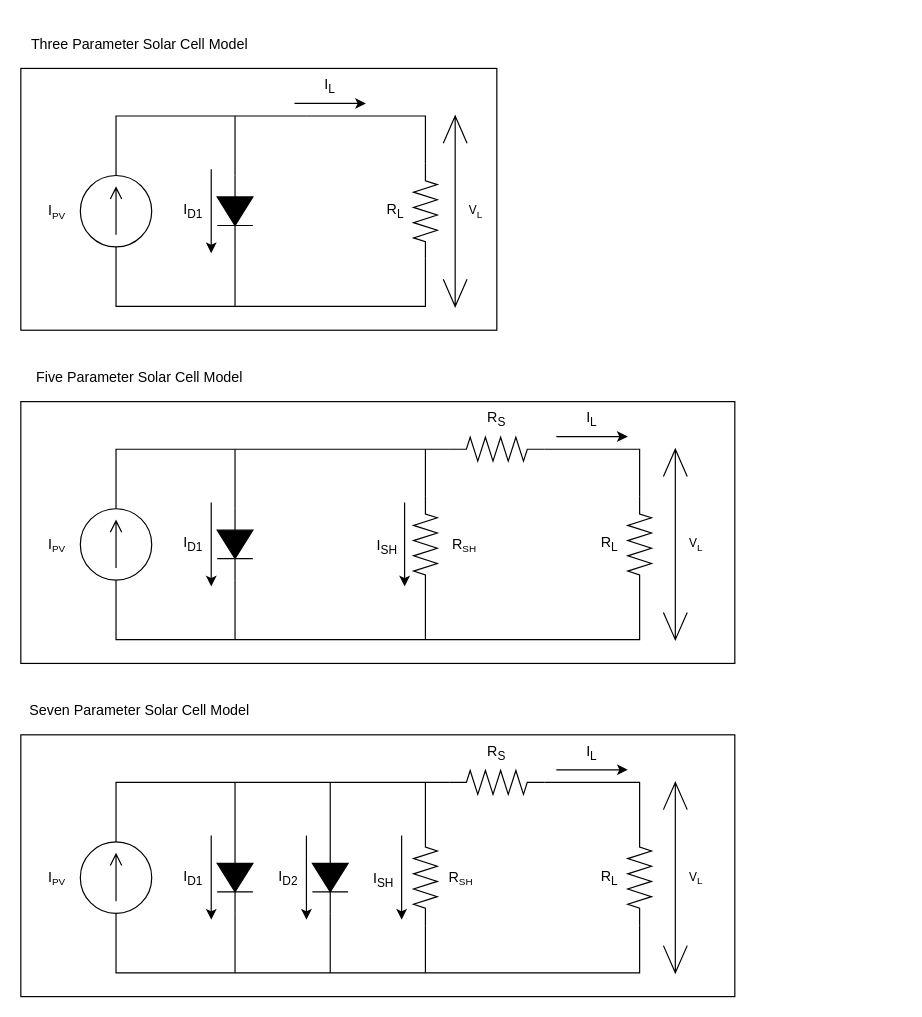
Above: resources/solar_cell_models.drawio in dimembermatt/solar_energy_systems_thesis (draw.io), before the change. Source tidied: cells renumbered, new cells numbered last; positions are measured from the earlier drawing's top-left corner, leaving out a move shared by most shapes. Both pictures are drawn from the tidied source at 119%, with x=0, y=0 at pixel (20, 20).
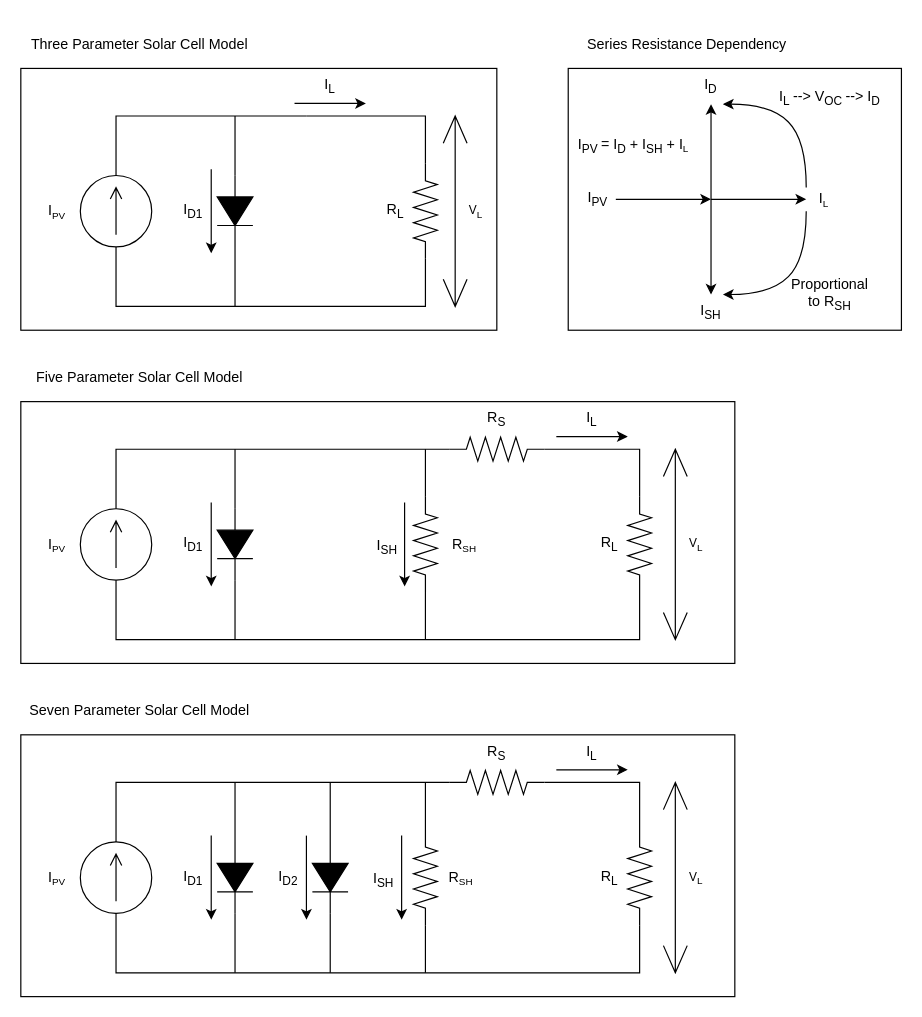
The same diagram, later.

Change to the diagram source:
```diff
@@
+    <mxCell id="74" style="rounded=0;whiteSpace=wrap;html=1;" parent="1" vertex="1">
+      <mxGeometry x="460" y="40" width="280" height="220" as="geometry" />
+    </mxCell>
@@
+    <mxCell id="75" style="endArrow=classic;html=1;rounded=0;" parent="1" edge="1">
+      <mxGeometry relative="1" as="geometry">
+        <mxPoint x="500" y="150" as="sourcePoint" />
+        <mxPoint x="580" y="150" as="targetPoint" />
+      </mxGeometry>
+    </mxCell>
+    <mxCell id="76" style="endArrow=classic;html=1;rounded=0;" parent="1" edge="1">
+      <mxGeometry relative="1" as="geometry">
+        <mxPoint x="580" y="150" as="sourcePoint" />
+        <mxPoint x="580" y="70" as="targetPoint" />
+      </mxGeometry>
+    </mxCell>
+    <mxCell id="77" style="endArrow=classic;html=1;rounded=0;" parent="1" edge="1">
+      <mxGeometry relative="1" as="geometry">
+        <mxPoint x="580" y="150" as="sourcePoint" />
+        <mxPoint x="660" y="150" as="targetPoint" />
+      </mxGeometry>
+    </mxCell>
+    <mxCell id="78" style="endArrow=classic;html=1;rounded=0;" parent="1" edge="1">
+      <mxGeometry relative="1" as="geometry">
+        <mxPoint x="580" y="150" as="sourcePoint" />
+        <mxPoint x="580" y="230" as="targetPoint" />
+      </mxGeometry>
+    </mxCell>
+    <mxCell id="79" value="I&lt;sub&gt;PV&lt;/sub&gt;" style="text;html=1;strokeColor=none;fillColor=none;align=center;verticalAlign=middle;whiteSpace=wrap;rounded=0;" parent="1" vertex="1">
+      <mxGeometry x="470" y="135" width="30" height="30" as="geometry" />
+    </mxCell>
+    <mxCell id="80" value="I&lt;sub&gt;D&lt;/sub&gt;" style="text;html=1;strokeColor=none;fillColor=none;align=center;verticalAlign=middle;whiteSpace=wrap;rounded=0;" parent="1" vertex="1">
+      <mxGeometry x="565" y="40" width="30" height="30" as="geometry" />
+    </mxCell>
+    <mxCell id="81" value="I&lt;sub&gt;SH&lt;/sub&gt;" style="text;html=1;strokeColor=none;fillColor=none;align=center;verticalAlign=middle;whiteSpace=wrap;rounded=0;" parent="1" vertex="1">
+      <mxGeometry x="565" y="230" width="30" height="30" as="geometry" />
+    </mxCell>
+    <mxCell id="82" style="curved=1;endArrow=classic;html=1;rounded=0;" parent="1" edge="1">
+      <mxGeometry relative="1" as="geometry">
+        <mxPoint x="660" y="160" as="sourcePoint" />
+        <mxPoint x="590" y="230" as="targetPoint" />
+        <Array as="points">
+          <mxPoint x="660" y="200" />
+          <mxPoint x="630" y="230" />
+        </Array>
+      </mxGeometry>
+    </mxCell>
+    <mxCell id="83" value="Proportional to R&lt;sub&gt;SH&lt;/sub&gt;" style="text;html=1;strokeColor=none;fillColor=none;align=center;verticalAlign=middle;whiteSpace=wrap;rounded=0;" parent="1" vertex="1">
+      <mxGeometry x="650" y="215" width="60" height="30" as="geometry" />
+    </mxCell>
+    <mxCell id="84" style="curved=1;endArrow=classic;html=1;rounded=0;" parent="1" edge="1">
+      <mxGeometry relative="1" as="geometry">
+        <mxPoint x="660" y="140" as="sourcePoint" />
+        <mxPoint x="590" y="70" as="targetPoint" />
+        <Array as="points">
+          <mxPoint x="660" y="100" />
+          <mxPoint x="630" y="70" />
+        </Array>
+      </mxGeometry>
+    </mxCell>
+    <mxCell id="85" value="I&lt;sub&gt;L&amp;nbsp;&lt;/sub&gt;--&amp;gt; V&lt;sub&gt;OC&amp;nbsp;&lt;/sub&gt;--&amp;gt; I&lt;sub&gt;D&lt;/sub&gt;" style="text;html=1;strokeColor=none;fillColor=none;align=center;verticalAlign=middle;whiteSpace=wrap;rounded=0;" parent="1" vertex="1">
+      <mxGeometry x="620" y="50" width="120" height="30" as="geometry" />
+    </mxCell>
+    <mxCell id="86" value="Series Resistance Dependency" style="text;html=1;strokeColor=none;fillColor=none;align=center;verticalAlign=middle;whiteSpace=wrap;rounded=0;" parent="1" vertex="1">
+      <mxGeometry x="460" width="200" height="40" as="geometry" />
+    </mxCell>
+    <mxCell id="87" value="I&lt;span style=&quot;font-size: 10px;&quot;&gt;&lt;sub&gt;L&lt;/sub&gt;&lt;/span&gt;" style="text;html=1;strokeColor=none;fillColor=none;align=center;verticalAlign=middle;whiteSpace=wrap;rounded=0;" parent="1" vertex="1">
+      <mxGeometry x="660" y="135" width="30" height="30" as="geometry" />
+    </mxCell>
+    <mxCell id="88" value="I&lt;sub&gt;PV&amp;nbsp;&lt;/sub&gt;= I&lt;sub&gt;D&lt;/sub&gt; + I&lt;sub&gt;SH&lt;/sub&gt; + I&lt;span style=&quot;font-size: 10px;&quot;&gt;&lt;sub&gt;L&lt;/sub&gt;&lt;/span&gt;" style="text;html=1;strokeColor=none;fillColor=none;align=center;verticalAlign=middle;whiteSpace=wrap;rounded=0;" parent="1" vertex="1">
+      <mxGeometry x="465" y="90" width="100" height="30" as="geometry" />
+    </mxCell>
```
